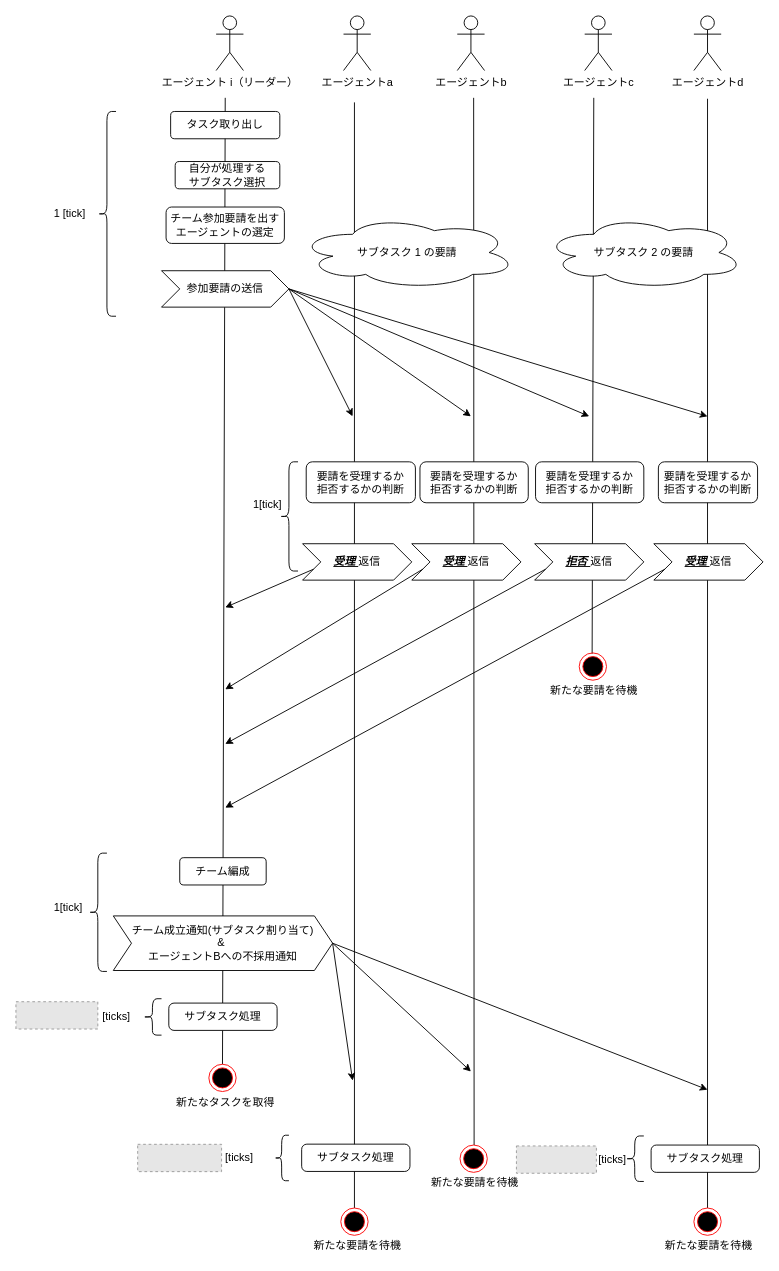
Earlier version of the draw.io diagram teamFormationForMasterThesis.drawio (odds0128/pictures_for_presentation). Source tidied: cells renumbered, new cells numbered last; positions are measured from the earlier drawing's top-left corner, leaving out a move shared by most shapes. Both pictures are drawn from the tidied source at 91%, with x=0, y=0 at pixel (15, 15). Pictures stored in the file or linked from it are replaced by grey dashed boxes.
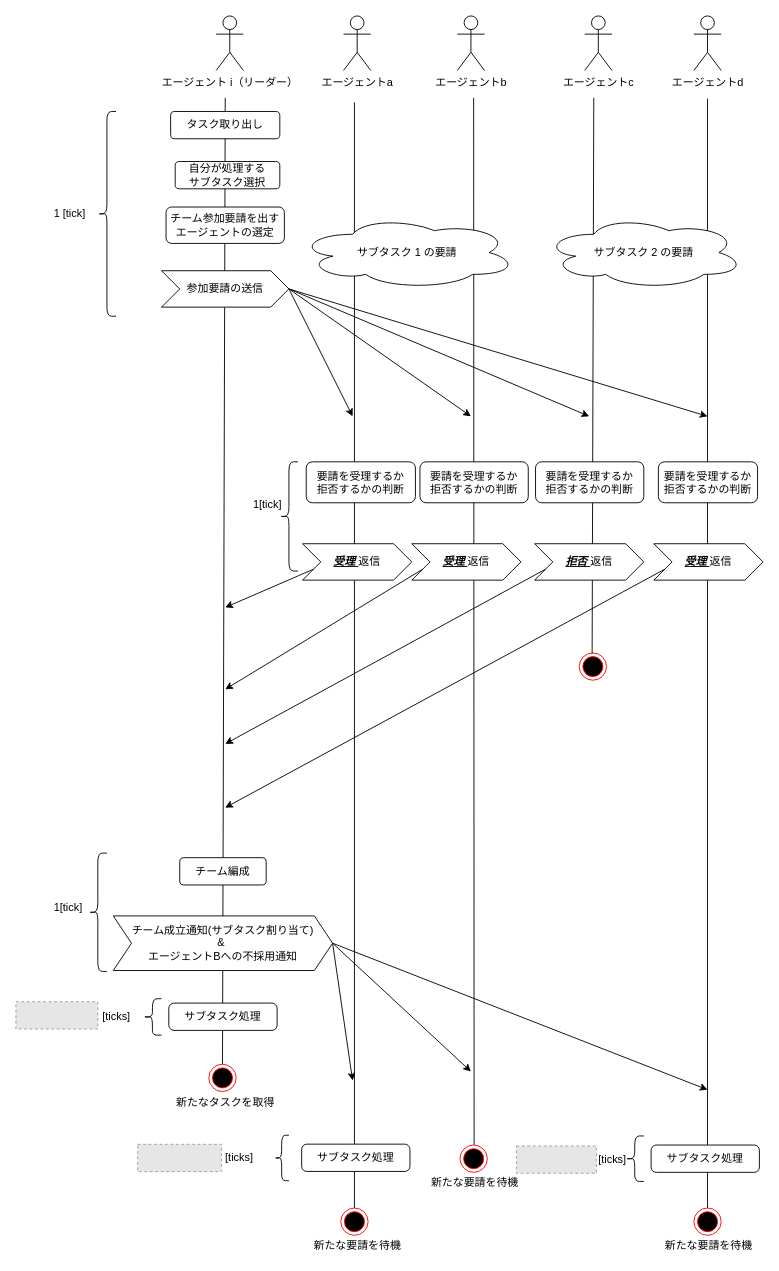
After the change.

The edit, as a diff of the source:
```diff
@@
-    <mxCell id="59" value="新たな要請を待機" style="text;html=1;align=center;verticalAlign=middle;" parent="1" vertex="1">
-      <mxGeometry x="575" y="732" width="120" height="20" as="geometry" />
-    </mxCell>
```
